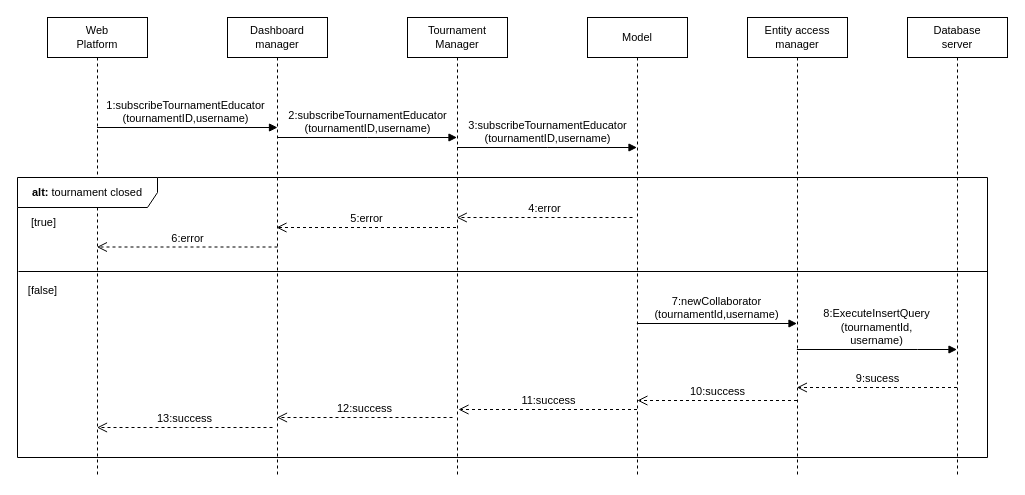
Earlier version of the draw.io diagram page "AcceptInvitationEducator" (6 of 18) of diagrams/Runtime diagrams/RuntimeDiagrams.drawio (mttcrn/software-engineering-II-project). Source tidied: cells renumbered, new cells numbered last; positions are measured from the earlier drawing's top-left corner, leaving out a move shared by most shapes. Both pictures are drawn from the tidied source at 100%, with x=0, y=0 at pixel (17, 17).
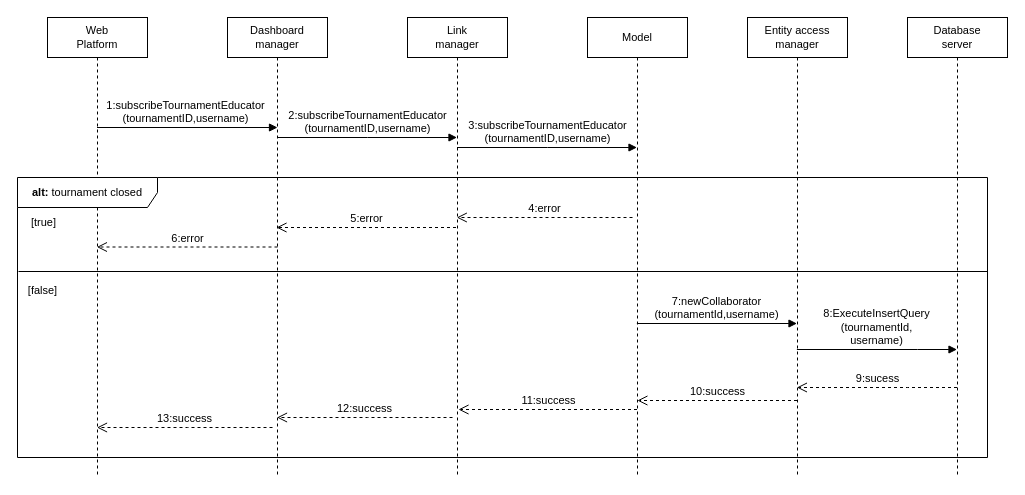
The same diagram, later.

What changed in the source:
```diff
@@
-    <mxCell id="6" value="Tournament&lt;br style=&quot;font-size: 11px;&quot;&gt;Manager" style="shape=umlLifeline;perimeter=lifelinePerimeter;whiteSpace=wrap;html=1;outlineConnect=0;portConstraint=eastwest;newEdgeStyle={&quot;curved&quot;:0,&quot;rounded&quot;:0};fontSize=11;" parent="1" vertex="1">
+    <mxCell id="6" value="Link&lt;br&gt;manager" style="shape=umlLifeline;perimeter=lifelinePerimeter;whiteSpace=wrap;html=1;outlineConnect=0;portConstraint=eastwest;newEdgeStyle={&quot;curved&quot;:0,&quot;rounded&quot;:0};fontSize=11;" parent="1" vertex="1">
       <mxGeometry x="390" width="100" height="460" as="geometry" />
     </mxCell>
```
